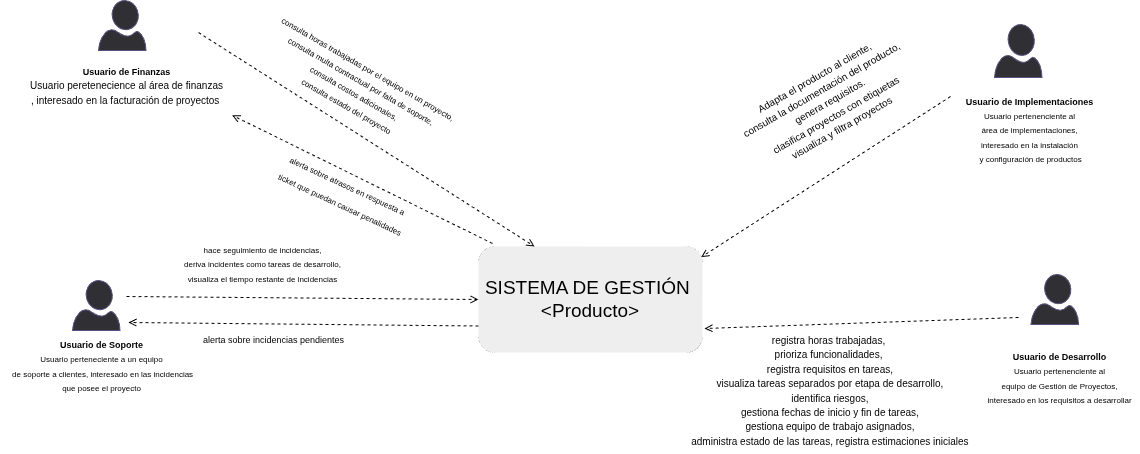
CrissRMFI/TPG-PSA keeps this draw.io diagram as docs/DiagramasContexto/DiagramaC4Nivel1-PSA.png. Above is the earlier version. Source tidied: cells renumbered, new cells last; positions are measured from the earlier drawing's top-left corner, leaving out a move shared by most shapes.
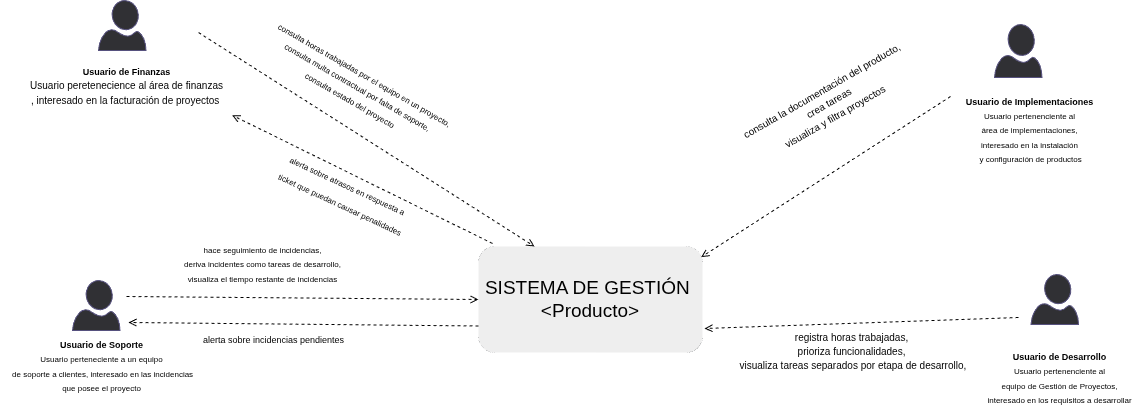
The same file after the commit.

Commit message:
docs(c4-lvl1): shorter action description

Change to the diagram source:
```diff
@@ -28,8 +28,8 @@
         <mxPoint x="198" y="32" as="sourcePoint" />
       </mxGeometry>
     </mxCell>
-    <mxCell id="10" value="&lt;font style=&quot;font-size: 8px;&quot;&gt;consulta horas trabajadas por el equipo en un proyecto,&lt;br&gt;consulta multa contractual por falta de soporte,&lt;br&gt;consulta costos adicionales,&lt;br&gt;consulta estado del proyecto&lt;br&gt;&lt;br&gt;&lt;/font&gt;" style="text;html=1;align=center;verticalAlign=middle;strokeColor=none;fillColor=none;rotation=30;" parent="1" vertex="1">
-      <mxGeometry x="246" y="50" width="215" height="84" as="geometry" />
+    <mxCell id="10" value="&lt;font style=&quot;font-size: 8px;&quot;&gt;consulta horas trabajadas por el equipo en un proyecto,&lt;br&gt;consulta multa contractual por falta de soporte,&lt;br&gt;consulta estado del proyecto&lt;br&gt;&lt;br&gt;&lt;/font&gt;" style="text;html=1;align=center;verticalAlign=middle;strokeColor=none;fillColor=none;rotation=30;" parent="1" vertex="1">
+      <mxGeometry x="246" y="57" width="215" height="70" as="geometry" />
     </mxCell>
     <mxCell id="11" style="endArrow=open;html=1;rounded=0;entryX=0;entryY=0.5;entryDx=0;entryDy=0;dashed=1;endFill=0;" parent="1" edge="1" target="2">
       <mxGeometry relative="1" as="geometry">
@@ -44,8 +44,8 @@
         <mxPoint x="950" y="96" as="sourcePoint" />
       </mxGeometry>
     </mxCell>
-    <mxCell id="14" value="&lt;font style=&quot;font-size: 10px;&quot;&gt;Adapta el producto al cliente,&lt;br&gt;consulta la documentación del producto,&lt;br&gt;&amp;nbsp;genera requisitos.&lt;br&gt;clasifica proyectos con etiquetas&lt;br&gt;visualiza y filtra proyectos&amp;nbsp;&lt;/font&gt;" style="text;html=1;align=center;verticalAlign=middle;strokeColor=none;fillColor=none;rotation=-30;" parent="1" vertex="1">
-      <mxGeometry x="729" y="60" width="197" height="84" as="geometry" />
+    <mxCell id="14" value="&lt;font style=&quot;font-size: 10px;&quot;&gt;consulta la documentación del producto,&lt;br&gt;crea tareas&lt;br&gt;visualiza y filtra proyectos&amp;nbsp;&lt;/font&gt;" style="text;html=1;align=center;verticalAlign=middle;strokeColor=none;fillColor=none;rotation=-30;" parent="1" vertex="1">
+      <mxGeometry x="729" y="75" width="197" height="55" as="geometry" />
     </mxCell>
     <mxCell id="15" style="endArrow=open;html=1;rounded=0;dashed=1;endFill=0;exitX=0;exitY=0.75;exitDx=0;exitDy=0;" parent="1" edge="1" source="2">
       <mxGeometry relative="1" as="geometry">
@@ -75,8 +75,8 @@
         <mxPoint x="704" y="328" as="targetPoint" />
       </mxGeometry>
     </mxCell>
-    <mxCell id="22" value="&lt;font size=&quot;1&quot;&gt;registra horas trabajadas, &lt;br&gt;prioriza funcionalidades,&lt;br&gt;&amp;nbsp;registra requisitos en tareas,&lt;br&gt;&amp;nbsp;visualiza tareas separados por etapa de desarrollo,&lt;br&gt;&amp;nbsp;identifica riesgos,&lt;br&gt;&amp;nbsp;gestiona fechas de inicio y fin de tareas,&lt;br&gt;&amp;nbsp;gestiona equipo de trabajo asignados,&lt;br&gt;&amp;nbsp;administra estado de las tareas, registra estimaciones iniciales&lt;/font&gt;" style="text;html=1;align=center;verticalAlign=middle;strokeColor=none;fillColor=none;rotation=0;" parent="1" vertex="1">
-      <mxGeometry x="678.5" y="326" width="298" height="127" as="geometry" />
+    <mxCell id="22" value="&lt;font size=&quot;1&quot;&gt;registra horas trabajadas, &lt;br&gt;prioriza funcionalidades,&lt;br&gt;&amp;nbsp;visualiza tareas separados por etapa de desarrollo,&lt;br&gt;&amp;nbsp;&lt;br&gt;&lt;br&gt;&lt;/font&gt;" style="text;html=1;align=center;verticalAlign=middle;strokeColor=none;fillColor=none;rotation=0;" parent="1" vertex="1">
+      <mxGeometry x="727" y="323" width="248" height="84" as="geometry" />
     </mxCell>
   </root>
 </mxGraphModel>
```
